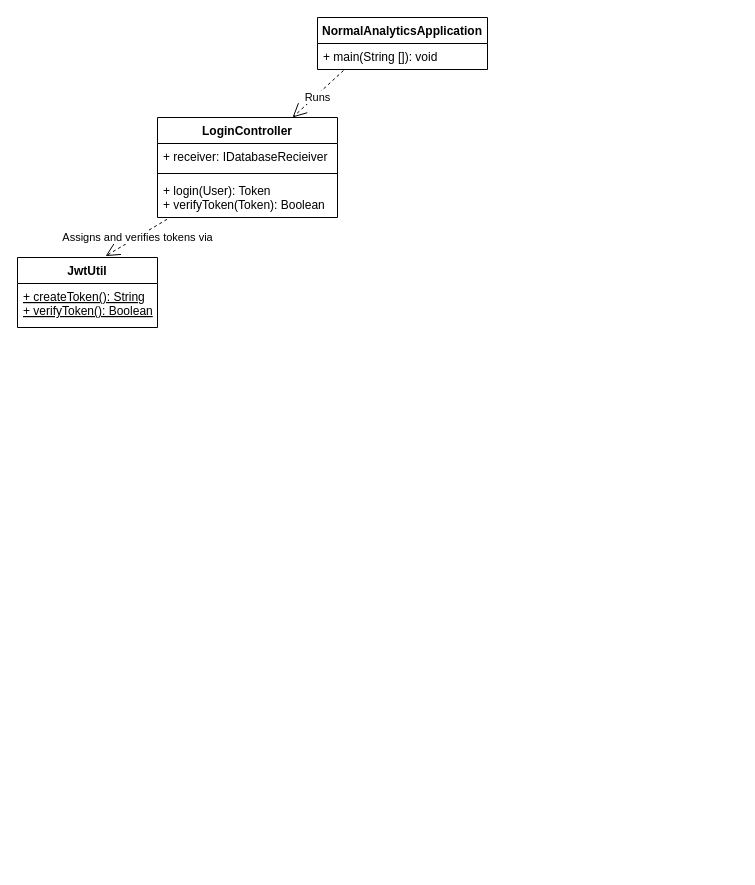
Above: docs/class_diagram.drawio in spe-uob/2021-NormalAnalytics (draw.io), before the change. Source tidied: cells renumbered, new cells numbered last; positions are measured from the earlier drawing's top-left corner, leaving out a move shared by most shapes. Both pictures are drawn from the tidied source at 100%, with x=0, y=0 at pixel (17, 17).
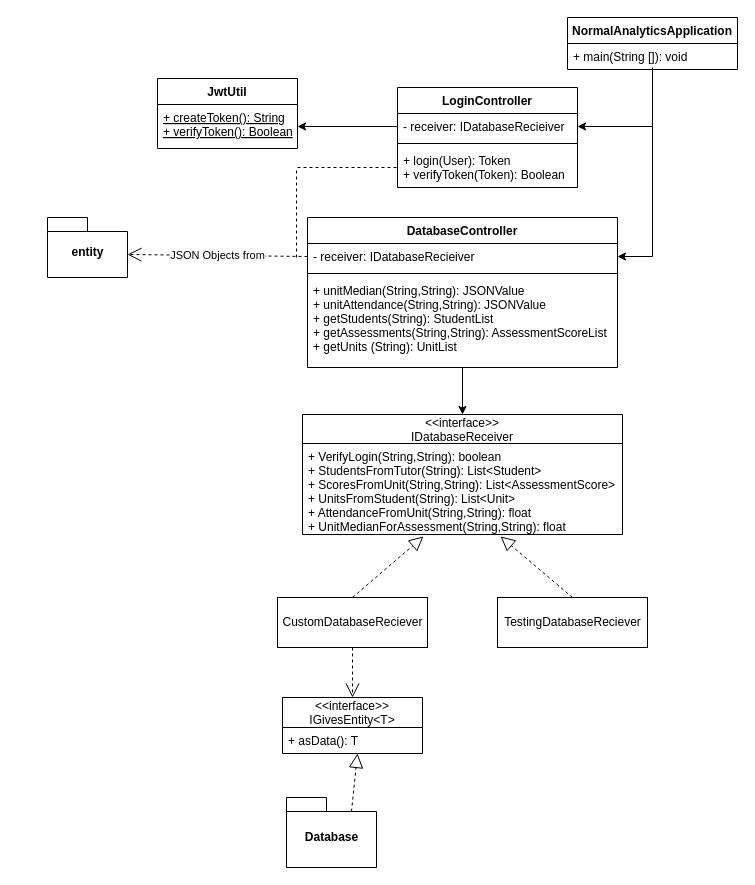
Above is the later version.

Unchanged cells that the change refers to:
```xml
<mxCell id="3" value="+ main(String []): void" style="text;strokeColor=none;fillColor=none;align=left;verticalAlign=top;spacingLeft=4;spacingRight=4;overflow=hidden;points=[[0,0.5],[1,0.5]];portConstraint=eastwest;" parent="2" vertex="1">
  <mxGeometry y="26" width="170" height="26" as="geometry" />
</mxCell>
<mxCell id="7" value="+ login(User): Token&#10;+ verifyToken(Token): Boolean" style="text;strokeColor=none;fillColor=none;align=left;verticalAlign=top;spacingLeft=4;spacingRight=4;overflow=hidden;points=[[0,0.5],[1,0.5]];portConstraint=eastwest;" parent="4" vertex="1">
  <mxGeometry y="60" width="180" height="40" as="geometry" />
</mxCell>
<mxCell id="10" value="+ createToken(): String&#10;+ verifyToken(): Boolean" style="text;strokeColor=none;fillColor=none;align=left;verticalAlign=top;spacingLeft=4;spacingRight=4;overflow=hidden;points=[[0,0.5],[1,0.5]];portConstraint=eastwest;fontStyle=4;" parent="9" vertex="1">
  <mxGeometry y="26" width="140" height="44" as="geometry" />
</mxCell>
```

Change to the diagram source:
```diff
@@
+    <mxCell id="12" style="edgeStyle=orthogonalEdgeStyle;rounded=0;jettySize=auto;html=1;entryX=1;entryY=0.5;entryDx=0;entryDy=0;" parent="1" edge="1" source="2" target="15">
+      <mxGeometry relative="1" as="geometry" />
+    </mxCell>
     <mxCell id="2" value="NormalAnalyticsApplication" style="swimlane;fontStyle=1;align=center;verticalAlign=top;horizontal=1;startSize=26;" parent="1" vertex="1">
-      <mxGeometry x="300" width="170" height="52" as="geometry" />
+      <mxGeometry x="550" width="170" height="52" as="geometry" />
     </mxCell>
@@
     <mxCell id="4" value="LoginController" style="swimlane;fontStyle=1;align=center;verticalAlign=top;horizontal=1;startSize=26;" parent="1" vertex="1">
-      <mxGeometry x="140" y="100" width="180" height="100" as="geometry" />
+      <mxGeometry x="380" y="70" width="180" height="100" as="geometry" />
     </mxCell>
-    <mxCell id="5" value="+ receiver: IDatabaseRecieiver" style="text;strokeColor=none;fillColor=none;align=left;verticalAlign=top;spacingLeft=4;spacingRight=4;overflow=hidden;points=[[0,0.5],[1,0.5]];portConstraint=eastwest;" parent="4" vertex="1">
+    <mxCell id="5" value="- receiver: IDatabaseRecieiver" style="text;strokeColor=none;fillColor=none;align=left;verticalAlign=top;spacingLeft=4;spacingRight=4;overflow=hidden;points=[[0,0.5],[1,0.5]];portConstraint=eastwest;" parent="4" vertex="1">
       <mxGeometry y="26" width="180" height="26" as="geometry" />
     </mxCell>
@@
-    <mxCell id="8" value="Runs" style="endArrow=open;endSize=12;dashed=1;html=1;rounded=0;exitX=0.153;exitY=1.038;exitDx=0;exitDy=0;exitPerimeter=0;entryX=0.75;entryY=0;entryDx=0;entryDy=0;" parent="1" edge="1" source="3" target="4">
-      <mxGeometry x="0.08" y="2" relative="1" as="geometry" />
-    </mxCell>
     <mxCell id="9" value="JwtUtil" style="swimlane;fontStyle=1;horizontal=1;startSize=26;fillColor=none;" parent="1" vertex="1">
-      <mxGeometry y="240" width="140" height="70" as="geometry" />
+      <mxGeometry x="140" y="61" width="140" height="70" as="geometry" />
     </mxCell>
@@
-    <mxCell id="11" value="Assigns and verifies tokens via" style="endArrow=open;endSize=12;dashed=1;html=1;rounded=0;exitX=0.053;exitY=1.045;exitDx=0;exitDy=0;exitPerimeter=0;entryX=0.629;entryY=-0.02;entryDx=0;entryDy=0;entryPerimeter=0;" parent="1" edge="1" source="7" target="9">
-      <mxGeometry x="-0.03" relative="1" as="geometry" />
-    </mxCell>
+    <mxCell id="13" style="edgeStyle=orthogonalEdgeStyle;rounded=0;jettySize=auto;html=1;exitX=0.5;exitY=1;exitDx=0;exitDy=0;entryX=0.5;entryY=0;entryDx=0;entryDy=0;" parent="1" edge="1" source="14" target="24">
+      <mxGeometry relative="1" as="geometry" />
+    </mxCell>
+    <mxCell id="14" value="DatabaseController" style="swimlane;fontStyle=1;align=center;verticalAlign=top;horizontal=1;startSize=26;" parent="1" vertex="1">
+      <mxGeometry x="290" y="200" width="310" height="150" as="geometry" />
+    </mxCell>
+    <mxCell id="15" value="- receiver: IDatabaseRecieiver" style="text;strokeColor=none;fillColor=none;align=left;verticalAlign=top;spacingLeft=4;spacingRight=4;overflow=hidden;points=[[0,0.5],[1,0.5]];portConstraint=eastwest;" parent="14" vertex="1">
+      <mxGeometry y="26" width="310" height="26" as="geometry" />
+    </mxCell>
+    <mxCell id="16" style="line;strokeWidth=1;fillColor=none;align=left;verticalAlign=middle;spacingTop=-1;spacingLeft=3;spacingRight=3;labelPosition=right;" parent="14" vertex="1">
+      <mxGeometry y="52" width="310" height="8" as="geometry" />
+    </mxCell>
+    <mxCell id="17" value="+ unitMedian(String,String): JSONValue&#10;+ unitAttendance(String,String): JSONValue&#10;+ getStudents(String): StudentList&#10;+ getAssessments(String,String): AssessmentScoreList&#10;+ getUnits (String): UnitList" style="text;strokeColor=none;fillColor=none;align=left;verticalAlign=top;spacingLeft=4;spacingRight=4;overflow=hidden;" parent="14" vertex="1">
+      <mxGeometry y="60" width="310" height="90" as="geometry" />
+    </mxCell>
+    <mxCell id="18" value="entity" style="shape=folder;fontStyle=1;spacingTop=10;tabWidth=40;tabHeight=14;tabPosition=left;html=1;" parent="1" vertex="1">
+      <mxGeometry x="30" y="200" width="80" height="60" as="geometry" />
+    </mxCell>
+    <mxCell id="19" style="edgeStyle=orthogonalEdgeStyle;rounded=0;jettySize=auto;html=1;entryX=1;entryY=0.5;entryDx=0;entryDy=0;" parent="1" edge="1" target="5">
+      <mxGeometry relative="1" as="geometry">
+        <mxPoint x="635" y="50" as="sourcePoint" />
+        <Array as="points">
+          <mxPoint x="635" y="109" />
+        </Array>
+      </mxGeometry>
+    </mxCell>
+    <mxCell id="20" style="edgeStyle=orthogonalEdgeStyle;rounded=0;jettySize=auto;html=1;exitX=0;exitY=0.5;exitDx=0;exitDy=0;entryX=1;entryY=0.5;entryDx=0;entryDy=0;" parent="1" edge="1" source="5" target="10">
+      <mxGeometry relative="1" as="geometry" />
+    </mxCell>
+    <mxCell id="21" value="JSON Objects from" style="endArrow=open;endSize=12;dashed=1;html=1;rounded=0;entryX=0;entryY=0;entryDx=80;entryDy=37;entryPerimeter=0;exitX=0;exitY=0.5;exitDx=0;exitDy=0;" parent="1" edge="1" source="15" target="18">
+      <mxGeometry relative="1" as="geometry" />
+    </mxCell>
+    <mxCell id="22" style="endArrow=none;dashed=1;html=1;rounded=0;" parent="1" edge="1">
+      <mxGeometry relative="1" as="geometry">
+        <mxPoint x="279" y="240" as="sourcePoint" />
+        <mxPoint x="279" y="150" as="targetPoint" />
+      </mxGeometry>
+    </mxCell>
+    <mxCell id="23" style="endArrow=none;dashed=1;html=1;rounded=0;entryX=0;entryY=0.5;entryDx=0;entryDy=0;" parent="1" edge="1" target="7">
+      <mxGeometry relative="1" as="geometry">
+        <mxPoint x="280" y="150" as="sourcePoint" />
+      </mxGeometry>
+    </mxCell>
+    <mxCell id="24" value="&lt;&lt;interface&gt;&gt;&#10;IDatabaseReceiver" style="swimlane;fontStyle=0;horizontal=1;startSize=29;fillColor=none;" parent="1" vertex="1">
+      <mxGeometry x="285" y="397" width="320" height="120" as="geometry" />
+    </mxCell>
+    <mxCell id="25" value="+ VerifyLogin(String,String): boolean&#10;+ StudentsFromTutor(String): List&lt;Student&gt;&#10;+ ScoresFromUnit(String,String): List&lt;AssessmentScore&gt;&#10;+ UnitsFromStudent(String): List&lt;Unit&gt;&#10;+ AttendanceFromUnit(String,String): float&#10;+ UnitMedianForAssessment(String,String): float" style="text;strokeColor=none;fillColor=none;align=left;verticalAlign=top;spacingLeft=4;spacingRight=4;overflow=hidden;points=[[0,0.5],[1,0.5]];portConstraint=eastwest;" parent="24" vertex="1">
+      <mxGeometry y="29" width="320" height="91" as="geometry" />
+    </mxCell>
+    <mxCell id="26" value="CustomDatabaseReciever" style="html=1;" parent="1" vertex="1">
+      <mxGeometry x="260" y="580" width="150" height="50" as="geometry" />
+    </mxCell>
+    <mxCell id="27" style="endArrow=block;dashed=1;endFill=0;endSize=12;html=1;rounded=0;entryX=0.378;entryY=1.022;entryDx=0;entryDy=0;entryPerimeter=0;exitX=0.5;exitY=0;exitDx=0;exitDy=0;" parent="1" edge="1" source="26" target="25">
+      <mxGeometry relative="1" as="geometry" />
+    </mxCell>
+    <mxCell id="28" value="TestingDatabaseReciever" style="html=1;" parent="1" vertex="1">
+      <mxGeometry x="480" y="580" width="150" height="50" as="geometry" />
+    </mxCell>
+    <mxCell id="29" style="endArrow=block;dashed=1;endFill=0;endSize=12;html=1;rounded=0;entryX=0.619;entryY=1.022;entryDx=0;entryDy=0;entryPerimeter=0;exitX=0.5;exitY=0;exitDx=0;exitDy=0;" parent="1" edge="1" source="28" target="25">
+      <mxGeometry relative="1" as="geometry" />
+    </mxCell>
+    <mxCell id="30" value="&lt;&lt;interface&gt;&gt;&#10;IGivesEntity&lt;T&gt;" style="swimlane;fontStyle=0;horizontal=1;startSize=30;fillColor=none;" parent="1" vertex="1">
+      <mxGeometry x="265" y="680" width="140" height="56" as="geometry" />
+    </mxCell>
+    <mxCell id="31" value="+ asData(): T" style="text;strokeColor=none;fillColor=none;align=left;verticalAlign=top;spacingLeft=4;spacingRight=4;overflow=hidden;points=[[0,0.5],[1,0.5]];portConstraint=eastwest;" parent="30" vertex="1">
+      <mxGeometry y="30" width="140" height="26" as="geometry" />
+    </mxCell>
+    <mxCell id="32" style="endArrow=open;endSize=12;dashed=1;html=1;rounded=0;entryX=0.5;entryY=0;entryDx=0;entryDy=0;exitX=0.5;exitY=1;exitDx=0;exitDy=0;" parent="1" edge="1" source="26" target="30">
+      <mxGeometry relative="1" as="geometry" />
+    </mxCell>
+    <mxCell id="33" value="Database" style="shape=folder;fontStyle=1;spacingTop=10;tabWidth=40;tabHeight=14;tabPosition=left;html=1;" parent="1" vertex="1">
+      <mxGeometry x="269" y="780" width="90" height="70" as="geometry" />
+    </mxCell>
+    <mxCell id="34" style="endArrow=block;dashed=1;endFill=0;endSize=12;html=1;rounded=0;entryX=0.536;entryY=1;entryDx=0;entryDy=0;entryPerimeter=0;exitX=0;exitY=0;exitDx=65;exitDy=14;exitPerimeter=0;" parent="1" edge="1" source="33" target="31">
+      <mxGeometry relative="1" as="geometry" />
+    </mxCell>
```
